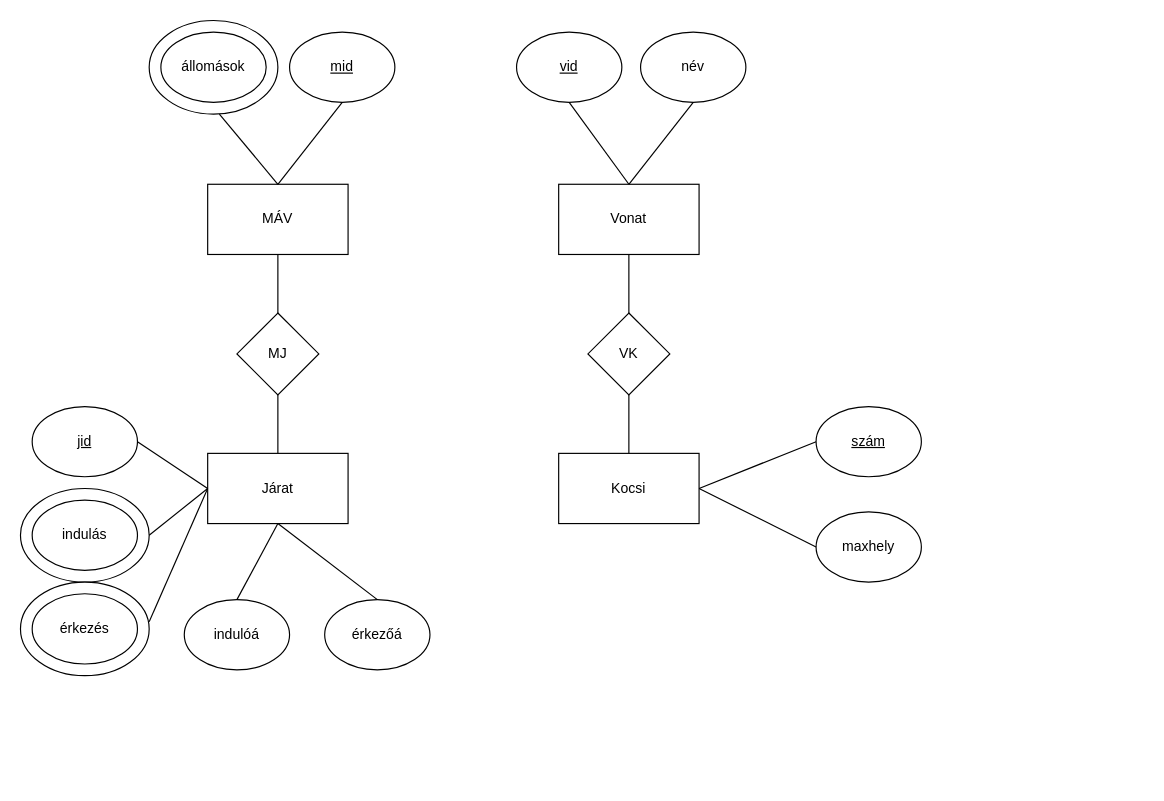
Above: page "EZ3YRC_5.4" (5 of 5) of EZ3YRC_1011/5.ora.drawio in Ddavid111/EZ3YRC_DB1Gyak (draw.io), before the change. Source tidied: cells renumbered, new cells numbered last; positions are measured from the earlier drawing's top-left corner, leaving out a move shared by most shapes. Both pictures are drawn from the tidied source at 117%, with x=0, y=0 at pixel (20, 20).
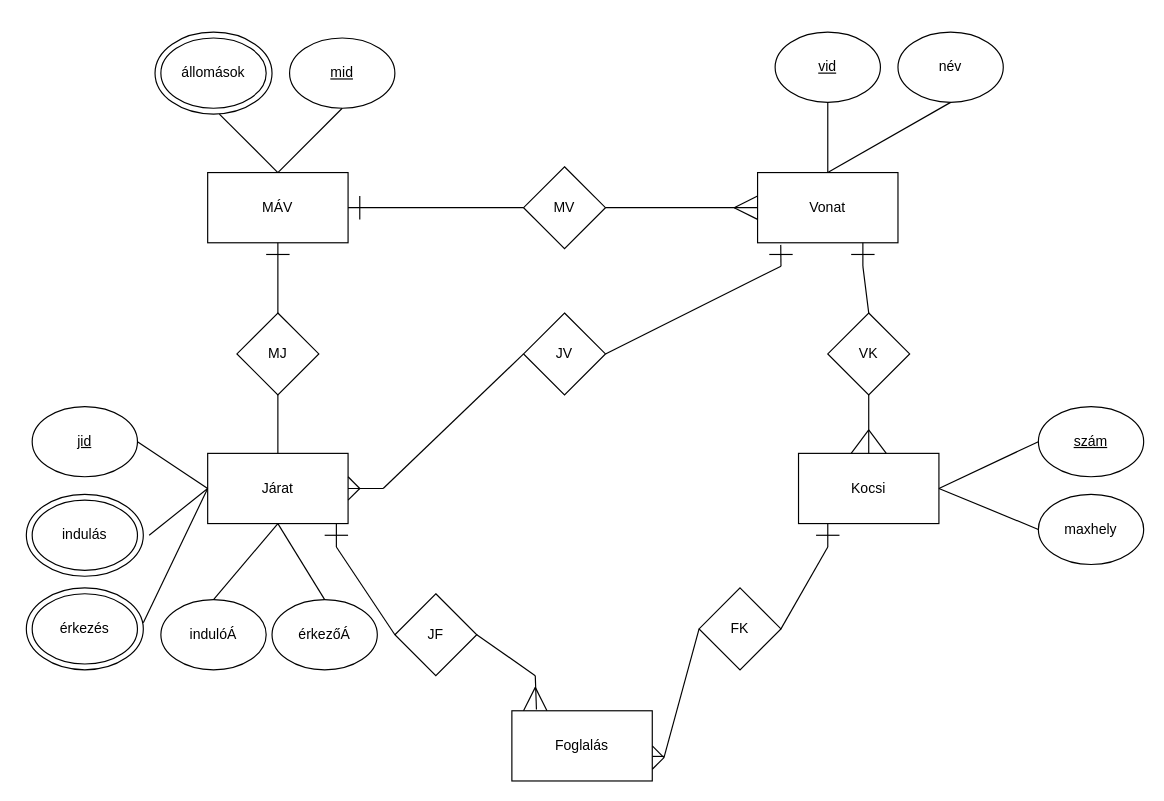
The same diagram, later.

Unchanged cells that the change refers to:
```xml
<mxCell id="6" value="Járat" style="rounded=0;whiteSpace=wrap;html=1;" parent="1" vertex="1">
  <mxGeometry x="160" y="370" width="120" height="60" as="geometry" />
</mxCell>
```

Change to the diagram source:
```diff
@@
-    <mxCell id="2" style="ellipse;whiteSpace=wrap;html=1;" parent="1" vertex="1">
-      <mxGeometry y="400" width="110" height="80" as="geometry" />
-    </mxCell>
+    <mxCell id="37" style="ellipse;whiteSpace=wrap;html=1;" parent="1" vertex="1">
+      <mxGeometry x="115" y="10" width="100" height="70" as="geometry" />
+    </mxCell>
+    <mxCell id="38" style="ellipse;whiteSpace=wrap;html=1;" parent="1" vertex="1">
+      <mxGeometry x="5" y="405" width="100" height="70" as="geometry" />
+    </mxCell>
     <mxCell id="3" style="ellipse;whiteSpace=wrap;html=1;" parent="1" vertex="1">
-      <mxGeometry y="480" width="110" height="80" as="geometry" />
+      <mxGeometry x="5" y="485" width="100" height="70" as="geometry" />
     </mxCell>
-    <mxCell id="4" style="ellipse;whiteSpace=wrap;html=1;" parent="1" vertex="1">
-      <mxGeometry x="110" width="110" height="80" as="geometry" />
-    </mxCell>
     <mxCell id="5" value="MÁV" style="rounded=0;whiteSpace=wrap;html=1;" parent="1" vertex="1">
-      <mxGeometry x="160" y="140" width="120" height="60" as="geometry" />
+      <mxGeometry x="160" y="130" width="120" height="60" as="geometry" />
     </mxCell>
@@
     <mxCell id="7" value="Vonat" style="rounded=0;whiteSpace=wrap;html=1;" parent="1" vertex="1">
-      <mxGeometry x="460" y="140" width="120" height="60" as="geometry" />
+      <mxGeometry x="630" y="130" width="120" height="60" as="geometry" />
     </mxCell>
     <mxCell id="8" value="Kocsi" style="rounded=0;whiteSpace=wrap;html=1;" parent="1" vertex="1">
-      <mxGeometry x="460" y="370" width="120" height="60" as="geometry" />
+      <mxGeometry x="665" y="370" width="120" height="60" as="geometry" />
     </mxCell>
     <mxCell id="9" value="név" style="ellipse;whiteSpace=wrap;html=1;" parent="1" vertex="1">
-      <mxGeometry x="530" y="10" width="90" height="60" as="geometry" />
+      <mxGeometry x="750" y="10" width="90" height="60" as="geometry" />
     </mxCell>
     <mxCell id="10" value="&lt;u&gt;vid&lt;/u&gt;" style="ellipse;whiteSpace=wrap;html=1;" parent="1" vertex="1">
-      <mxGeometry x="424" y="10" width="90" height="60" as="geometry" />
+      <mxGeometry x="645" y="10" width="90" height="60" as="geometry" />
     </mxCell>
@@
     <mxCell id="13" value="&lt;u&gt;szám&lt;/u&gt;" style="ellipse;whiteSpace=wrap;html=1;" parent="1" vertex="1">
-      <mxGeometry x="680" y="330" width="90" height="60" as="geometry" />
+      <mxGeometry x="870" y="330" width="90" height="60" as="geometry" />
     </mxCell>
     <mxCell id="14" value="maxhely" style="ellipse;whiteSpace=wrap;html=1;" parent="1" vertex="1">
-      <mxGeometry x="680" y="420" width="90" height="60" as="geometry" />
+      <mxGeometry x="870" y="405" width="90" height="60" as="geometry" />
     </mxCell>
     <mxCell id="15" value="VK" style="rhombus;whiteSpace=wrap;html=1;" parent="1" vertex="1">
-      <mxGeometry x="485" y="250" width="70" height="70" as="geometry" />
+      <mxGeometry x="690" y="250" width="70" height="70" as="geometry" />
     </mxCell>
@@
-    <mxCell id="18" style="endArrow=none;html=1;rounded=0;entryX=0.5;entryY=0;entryDx=0;entryDy=0;exitX=0.5;exitY=1;exitDx=0;exitDy=0;" parent="1" edge="1" source="7" target="15">
-      <mxGeometry relative="1" as="geometry" />
+    <mxCell id="18" style="endArrow=none;html=1;rounded=0;entryX=0.5;entryY=0;entryDx=0;entryDy=0;" parent="1" edge="1" target="15">
+      <mxGeometry relative="1" as="geometry">
+        <mxPoint x="720" y="210" as="sourcePoint" />
+      </mxGeometry>
     </mxCell>
@@
     <mxCell id="20" value="állomások" style="ellipse;whiteSpace=wrap;html=1;" parent="1" vertex="1">
-      <mxGeometry x="120" y="10" width="90" height="60" as="geometry" />
+      <mxGeometry x="120" y="15" width="90" height="60" as="geometry" />
     </mxCell>
     <mxCell id="21" value="&lt;u&gt;mid&lt;/u&gt;" style="ellipse;whiteSpace=wrap;html=1;" parent="1" vertex="1">
-      <mxGeometry x="230" y="10" width="90" height="60" as="geometry" />
+      <mxGeometry x="230" y="15" width="90" height="60" as="geometry" />
     </mxCell>
@@
-    <mxCell id="30" value="indulóá" style="ellipse;whiteSpace=wrap;html=1;" parent="1" vertex="1">
-      <mxGeometry x="140" y="495" width="90" height="60" as="geometry" />
+    <mxCell id="30" value="indulóÁ" style="ellipse;whiteSpace=wrap;html=1;" parent="1" vertex="1">
+      <mxGeometry x="120" y="495" width="90" height="60" as="geometry" />
     </mxCell>
-    <mxCell id="31" value="érkezőá" style="ellipse;whiteSpace=wrap;html=1;" parent="1" vertex="1">
-      <mxGeometry x="260" y="495" width="90" height="60" as="geometry" />
+    <mxCell id="31" value="érkezőÁ" style="ellipse;whiteSpace=wrap;html=1;" parent="1" vertex="1">
+      <mxGeometry x="215" y="495" width="90" height="60" as="geometry" />
     </mxCell>
@@
-    <mxCell id="33" style="endArrow=none;html=1;rounded=0;exitX=1;exitY=0.5;exitDx=0;exitDy=0;entryX=0;entryY=0.5;entryDx=0;entryDy=0;" parent="1" edge="1" source="2" target="6">
-      <mxGeometry relative="1" as="geometry" />
+    <mxCell id="33" style="endArrow=none;html=1;rounded=0;exitX=1;exitY=0.5;exitDx=0;exitDy=0;entryX=0;entryY=0.5;entryDx=0;entryDy=0;" parent="1" edge="1" target="6">
+      <mxGeometry relative="1" as="geometry">
+        <mxPoint x="110" y="440" as="sourcePoint" />
+      </mxGeometry>
     </mxCell>
@@
+    <mxCell id="39" value="JF" style="rhombus;whiteSpace=wrap;html=1;" parent="1" vertex="1">
+      <mxGeometry x="320" y="490" width="70" height="70" as="geometry" />
+    </mxCell>
+    <mxCell id="40" value="Foglalás" style="rounded=0;whiteSpace=wrap;html=1;" parent="1" vertex="1">
+      <mxGeometry x="420" y="590" width="120" height="60" as="geometry" />
+    </mxCell>
+    <mxCell id="41" style="endArrow=none;html=1;rounded=0;" parent="1" edge="1">
+      <mxGeometry relative="1" as="geometry">
+        <mxPoint x="210" y="200" as="sourcePoint" />
+        <mxPoint x="230" y="200" as="targetPoint" />
+      </mxGeometry>
+    </mxCell>
+    <mxCell id="42" value="MV" style="rhombus;whiteSpace=wrap;html=1;" parent="1" vertex="1">
+      <mxGeometry x="430" y="125" width="70" height="70" as="geometry" />
+    </mxCell>
+    <mxCell id="43" style="endArrow=none;html=1;rounded=0;entryX=1;entryY=0.5;entryDx=0;entryDy=0;exitX=0;exitY=0.5;exitDx=0;exitDy=0;" parent="1" edge="1" source="7" target="42">
+      <mxGeometry relative="1" as="geometry" />
+    </mxCell>
+    <mxCell id="44" style="endArrow=none;html=1;rounded=0;entryX=0;entryY=0.5;entryDx=0;entryDy=0;exitX=1;exitY=0.5;exitDx=0;exitDy=0;" parent="1" edge="1" source="5" target="42">
+      <mxGeometry relative="1" as="geometry" />
+    </mxCell>
+    <mxCell id="45" style="endArrow=none;html=1;rounded=0;" parent="1" edge="1">
+      <mxGeometry relative="1" as="geometry">
+        <mxPoint x="290" y="170" as="sourcePoint" />
+        <mxPoint x="290" y="150" as="targetPoint" />
+      </mxGeometry>
+    </mxCell>
+    <mxCell id="46" style="endArrow=none;html=1;rounded=0;" parent="1" edge="1">
+      <mxGeometry relative="1" as="geometry">
+        <mxPoint x="610" y="160" as="sourcePoint" />
+        <mxPoint x="630" y="170" as="targetPoint" />
+      </mxGeometry>
+    </mxCell>
+    <mxCell id="47" style="endArrow=none;html=1;rounded=0;" parent="1" edge="1">
+      <mxGeometry relative="1" as="geometry">
+        <mxPoint x="610" y="160" as="sourcePoint" />
+        <mxPoint x="630" y="150" as="targetPoint" />
+      </mxGeometry>
+    </mxCell>
+    <mxCell id="48" style="endArrow=none;html=1;rounded=0;" parent="1" edge="1">
+      <mxGeometry relative="1" as="geometry">
+        <mxPoint x="270" y="430" as="sourcePoint" />
+        <mxPoint x="270" y="450" as="targetPoint" />
+      </mxGeometry>
+    </mxCell>
+    <mxCell id="49" style="endArrow=none;html=1;rounded=0;" parent="1" edge="1">
+      <mxGeometry relative="1" as="geometry">
+        <mxPoint x="260" y="440" as="sourcePoint" />
+        <mxPoint x="280" y="440" as="targetPoint" />
+      </mxGeometry>
+    </mxCell>
+    <mxCell id="50" style="endArrow=none;html=1;rounded=0;entryX=0;entryY=0.5;entryDx=0;entryDy=0;" parent="1" edge="1" target="39">
+      <mxGeometry relative="1" as="geometry">
+        <mxPoint x="270" y="450" as="sourcePoint" />
+      </mxGeometry>
+    </mxCell>
+    <mxCell id="51" style="endArrow=none;html=1;rounded=0;exitX=1;exitY=0.5;exitDx=0;exitDy=0;" parent="1" edge="1" source="39">
+      <mxGeometry relative="1" as="geometry">
+        <mxPoint x="440" y="560" as="targetPoint" />
+      </mxGeometry>
+    </mxCell>
+    <mxCell id="52" style="endArrow=none;html=1;rounded=0;exitX=0.175;exitY=-0.017;exitDx=0;exitDy=0;exitPerimeter=0;" parent="1" edge="1" source="40">
+      <mxGeometry relative="1" as="geometry">
+        <mxPoint x="440" y="560" as="targetPoint" />
+      </mxGeometry>
+    </mxCell>
+    <mxCell id="53" style="endArrow=none;html=1;rounded=0;exitX=0.083;exitY=0;exitDx=0;exitDy=0;exitPerimeter=0;" parent="1" edge="1" source="40">
+      <mxGeometry relative="1" as="geometry">
+        <mxPoint x="440" y="570" as="targetPoint" />
+      </mxGeometry>
+    </mxCell>
+    <mxCell id="54" style="endArrow=none;html=1;rounded=0;exitX=0.25;exitY=0;exitDx=0;exitDy=0;" parent="1" edge="1" source="40">
+      <mxGeometry relative="1" as="geometry">
+        <mxPoint x="440" y="570" as="targetPoint" />
+      </mxGeometry>
+    </mxCell>
+    <mxCell id="55" style="endArrow=none;html=1;rounded=0;entryX=0.75;entryY=1;entryDx=0;entryDy=0;" parent="1" edge="1" target="7">
+      <mxGeometry relative="1" as="geometry">
+        <mxPoint x="720" y="210" as="sourcePoint" />
+      </mxGeometry>
+    </mxCell>
+    <mxCell id="56" style="endArrow=none;html=1;rounded=0;" parent="1" edge="1">
+      <mxGeometry relative="1" as="geometry">
+        <mxPoint x="710" y="200" as="sourcePoint" />
+        <mxPoint x="730" y="200" as="targetPoint" />
+      </mxGeometry>
+    </mxCell>
+    <mxCell id="57" value="JV" style="rhombus;whiteSpace=wrap;html=1;" parent="1" vertex="1">
+      <mxGeometry x="430" y="250" width="70" height="70" as="geometry" />
+    </mxCell>
+    <mxCell id="58" style="endArrow=none;html=1;rounded=0;entryX=1;entryY=0.5;entryDx=0;entryDy=0;" parent="1" edge="1" target="57">
+      <mxGeometry relative="1" as="geometry">
+        <mxPoint x="650" y="210" as="sourcePoint" />
+      </mxGeometry>
+    </mxCell>
+    <mxCell id="59" style="endArrow=none;html=1;rounded=0;entryX=0;entryY=0.5;entryDx=0;entryDy=0;" parent="1" edge="1" target="57">
+      <mxGeometry relative="1" as="geometry">
+        <mxPoint x="310" y="400" as="sourcePoint" />
+      </mxGeometry>
+    </mxCell>
+    <mxCell id="60" style="endArrow=none;html=1;rounded=0;entryX=1;entryY=0.5;entryDx=0;entryDy=0;" parent="1" edge="1" target="6">
+      <mxGeometry relative="1" as="geometry">
+        <mxPoint x="310" y="400" as="sourcePoint" />
+      </mxGeometry>
+    </mxCell>
+    <mxCell id="61" style="endArrow=none;html=1;rounded=0;" parent="1" edge="1">
+      <mxGeometry relative="1" as="geometry">
+        <mxPoint x="290" y="400" as="sourcePoint" />
+        <mxPoint x="280" y="390" as="targetPoint" />
+      </mxGeometry>
+    </mxCell>
+    <mxCell id="62" style="endArrow=none;html=1;rounded=0;" parent="1" edge="1">
+      <mxGeometry relative="1" as="geometry">
+        <mxPoint x="280" y="410" as="sourcePoint" />
+        <mxPoint x="290" y="400" as="targetPoint" />
+      </mxGeometry>
+    </mxCell>
+    <mxCell id="63" value="FK" style="rhombus;whiteSpace=wrap;html=1;" parent="1" vertex="1">
+      <mxGeometry x="580" y="485" width="70" height="70" as="geometry" />
+    </mxCell>
+    <mxCell id="64" style="endArrow=none;html=1;rounded=0;exitX=0;exitY=0.5;exitDx=0;exitDy=0;" parent="1" edge="1" source="63">
+      <mxGeometry relative="1" as="geometry">
+        <mxPoint x="550" y="630" as="targetPoint" />
+      </mxGeometry>
+    </mxCell>
+    <mxCell id="65" style="endArrow=none;html=1;rounded=0;" parent="1" edge="1">
+      <mxGeometry relative="1" as="geometry">
+        <mxPoint x="540" y="629" as="sourcePoint" />
+        <mxPoint x="550" y="629" as="targetPoint" />
+      </mxGeometry>
+    </mxCell>
+    <mxCell id="66" style="endArrow=none;html=1;rounded=0;exitX=1;exitY=0.5;exitDx=0;exitDy=0;" parent="1" edge="1" source="40">
+      <mxGeometry relative="1" as="geometry">
+        <mxPoint x="550" y="630" as="targetPoint" />
+      </mxGeometry>
+    </mxCell>
+    <mxCell id="67" style="endArrow=none;html=1;rounded=0;" parent="1" edge="1">
+      <mxGeometry relative="1" as="geometry">
+        <mxPoint x="540" y="640" as="sourcePoint" />
+        <mxPoint x="550" y="630" as="targetPoint" />
+      </mxGeometry>
+    </mxCell>
+    <mxCell id="68" style="endArrow=none;html=1;rounded=0;" parent="1" edge="1">
+      <mxGeometry relative="1" as="geometry">
+        <mxPoint x="690" y="450" as="sourcePoint" />
+        <mxPoint x="690" y="430" as="targetPoint" />
+      </mxGeometry>
+    </mxCell>
+    <mxCell id="69" style="endArrow=none;html=1;rounded=0;exitX=1;exitY=0.5;exitDx=0;exitDy=0;" parent="1" edge="1" source="63">
+      <mxGeometry relative="1" as="geometry">
+        <mxPoint x="690" y="450" as="targetPoint" />
+      </mxGeometry>
+    </mxCell>
+    <mxCell id="70" style="endArrow=none;html=1;rounded=0;" parent="1" edge="1">
+      <mxGeometry relative="1" as="geometry">
+        <mxPoint x="680" y="440" as="sourcePoint" />
+        <mxPoint x="700" y="440" as="targetPoint" />
+      </mxGeometry>
+    </mxCell>
+    <mxCell id="71" style="endArrow=none;html=1;rounded=0;exitX=0.375;exitY=0;exitDx=0;exitDy=0;exitPerimeter=0;" parent="1" edge="1" source="8">
+      <mxGeometry relative="1" as="geometry">
+        <mxPoint x="725" y="350" as="targetPoint" />
+      </mxGeometry>
+    </mxCell>
+    <mxCell id="72" style="endArrow=none;html=1;rounded=0;entryX=0.165;entryY=1.03;entryDx=0;entryDy=0;entryPerimeter=0;" parent="1" edge="1" target="7">
+      <mxGeometry relative="1" as="geometry">
+        <mxPoint x="650" y="210" as="sourcePoint" />
+      </mxGeometry>
+    </mxCell>
+    <mxCell id="73" style="endArrow=none;html=1;rounded=0;" parent="1" edge="1">
+      <mxGeometry relative="1" as="geometry">
+        <mxPoint x="640" y="200" as="sourcePoint" />
+        <mxPoint x="660" y="200" as="targetPoint" />
+      </mxGeometry>
+    </mxCell>
+    <mxCell id="74" style="endArrow=none;html=1;rounded=0;exitX=0.625;exitY=0;exitDx=0;exitDy=0;exitPerimeter=0;" parent="1" edge="1" source="8">
+      <mxGeometry relative="1" as="geometry">
+        <mxPoint x="725" y="350" as="targetPoint" />
+      </mxGeometry>
+    </mxCell>
```
